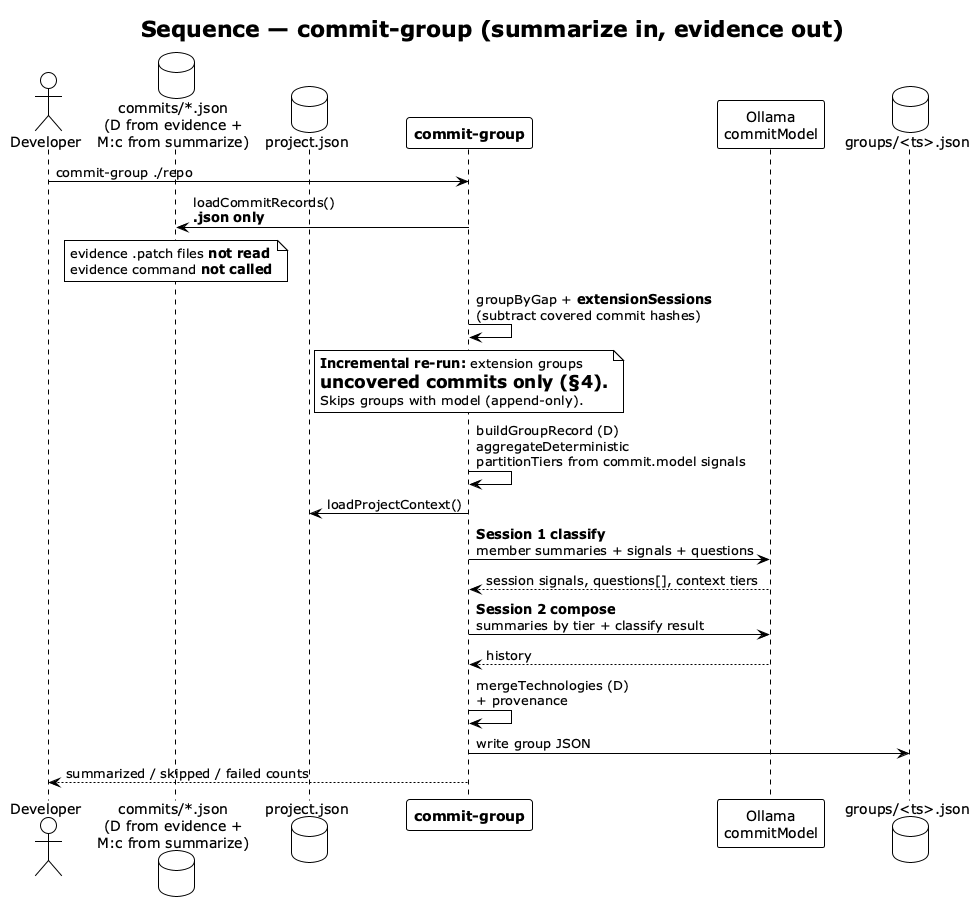
The PlantUML diagram img/commit-group-sequence.png in vzakharchenko/dev-workgraph, before a commit. Source of this version:
```plantuml
@startuml commit-group-sequence
!theme plain
skinparam shadowing false

title Sequence — **commit-group** (summarize in, evidence out)

actor "Developer" as DEV
database "commits/*.json\n(D from evidence +\nM:c from summarize)" as COMM
database "project.json" as PJ
participant "**commit-group**" as CG
participant "Ollama\ncommitModel" as LLM
database "groups/<ts>.json" as GRP

DEV -> CG : commit-group ./repo

CG -> COMM : loadCommitRecords()\n**.json only**

note over COMM
  evidence .patch files **not read**
  evidence command **not called**
end note

CG -> CG : groupByGap + **extensionSessions**\n(subtract covered commit hashes)

note over CG
  **Incremental re-run:** extension groups
  = uncovered commits only (§4).
  Skips groups with model (append-only).
end note

CG -> CG : buildGroupRecord (D)\naggregateDeterministic\npartitionTiers from commit.model signals

CG -> PJ : loadProjectContext()

CG -> LLM : **Session 1 classify**\nmember summaries + signals + questions
LLM --> CG : session signals, questions[], context tiers

CG -> LLM : **Session 2 compose**\nsummaries by tier + classify result
LLM --> CG : history

CG -> CG : mergeTechnologies (D)\n+ provenance

CG -> GRP : write group JSON

CG --> DEV : summarized / skipped / failed counts

@enduml
```
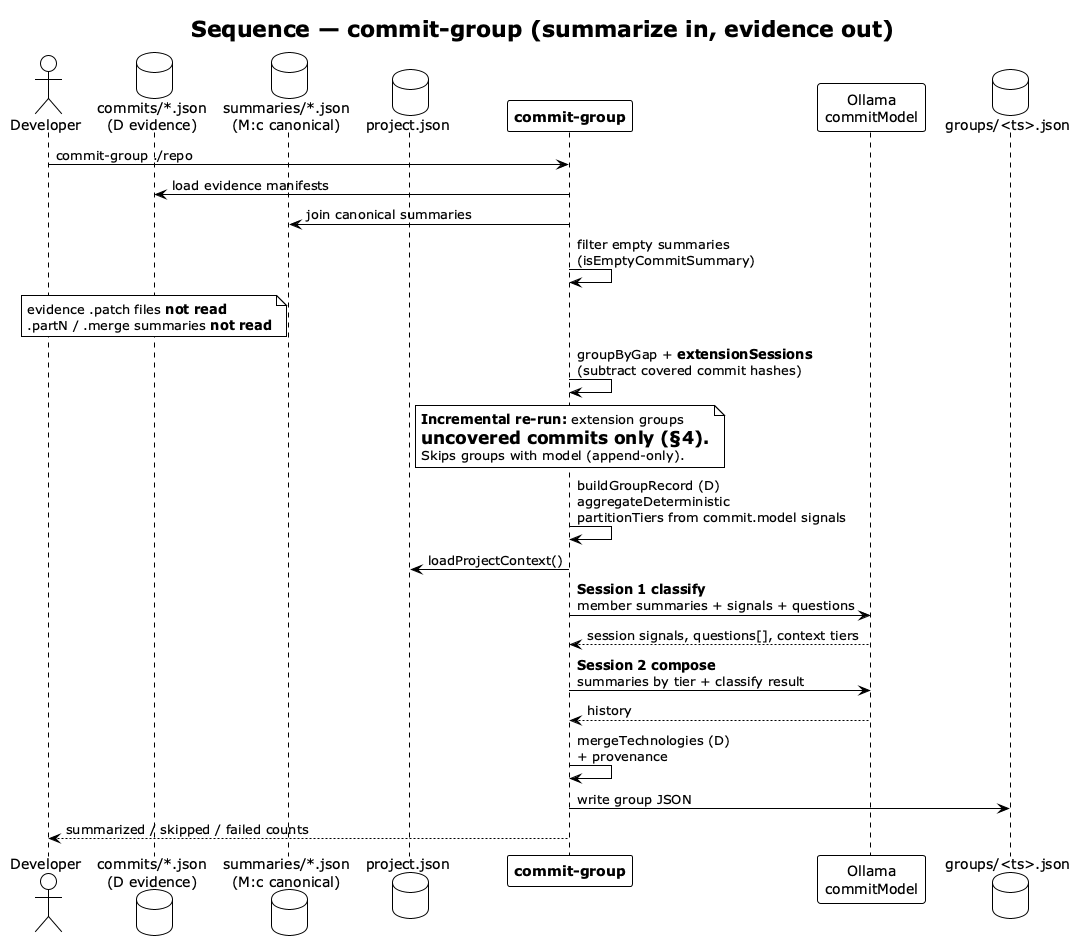
After the commit.

The edit, as a diff of the source:
```diff
@@ -5,7 +5,8 @@
 title Sequence — **commit-group** (summarize in, evidence out)
 
 actor "Developer" as DEV
-database "commits/*.json\n(D from evidence +\nM:c from summarize)" as COMM
+database "commits/*.json\n(D evidence)" as COMM
+database "summaries/*.json\n(M:c canonical)" as SUMM
 database "project.json" as PJ
 participant "**commit-group**" as CG
 participant "Ollama\ncommitModel" as LLM
@@ -13,11 +14,13 @@
 
 DEV -> CG : commit-group ./repo
 
-CG -> COMM : loadCommitRecords()\n**.json only**
+CG -> COMM : load evidence manifests
+CG -> SUMM : join canonical summaries
+CG -> CG : filter empty summaries\n(isEmptyCommitSummary)
 
 note over COMM
   evidence .patch files **not read**
-  evidence command **not called**
+  .partN / .merge summaries **not read**
 end note
 
 CG -> CG : groupByGap + **extensionSessions**\n(subtract covered commit hashes)
```
